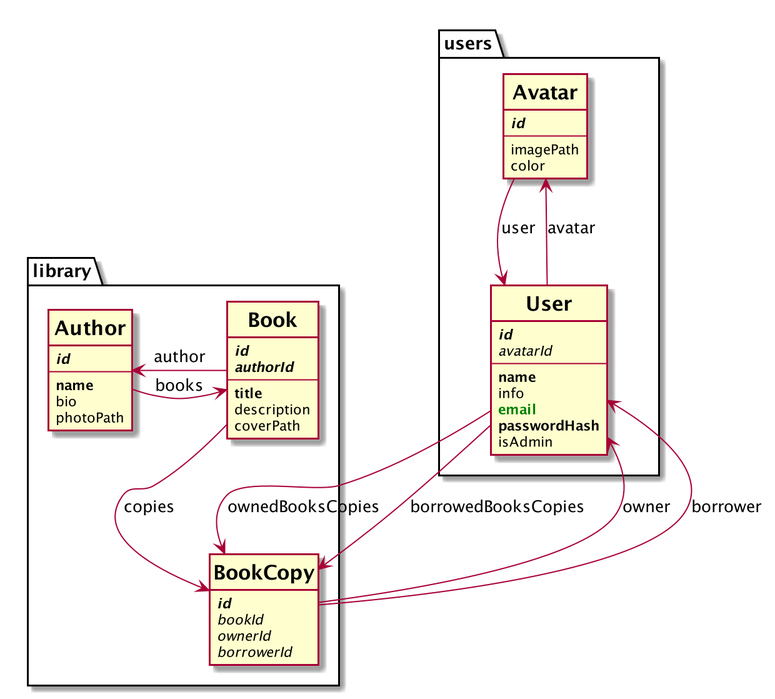
Earlier version of the PlantUML export docs/database.png (lucassus/bookshelf).
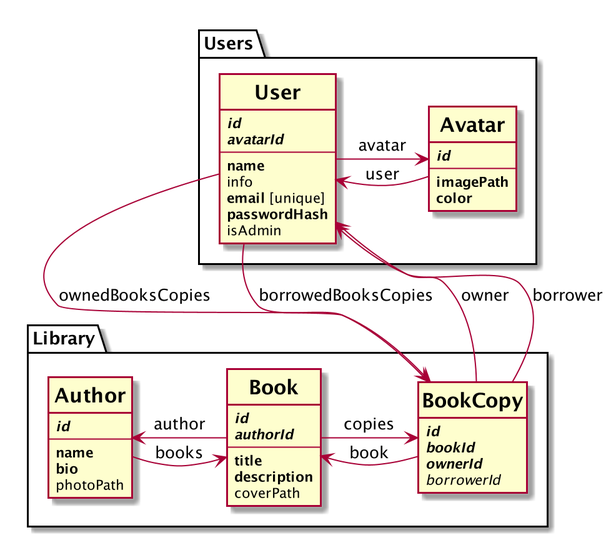
After the change.

Commit message:
Chore: Better db diagram, improve unit test example for login resolver

The edit, as a diff of the source:
```diff
@@ -6,32 +6,32 @@
 hide methods
 hide stereotypes
 
-package users {
+package Users {
   class Avatar << (T,#FFAAAA) >> {
     <b><i>id</i></b>
     --
-    imagePath
-    color
+    <b>imagePath</b>
+    <b>color</b>
   }
 
   class User << (T,#FFAAAA) >> {
     <b><i>id</i></b>
-    <i>avatarId</i>
+    <b><i>avatarId</i></b>
     --
     <b>name</b>
     info
-    <color:green><b>email</b></color>
+    <b>email</b> [unique]
     <b>passwordHash</b>
     isAdmin
   }
 }
 
-package library {
+package Library {
   class Author << (T,#FFAAAA) >> {
     <b><i>id</i></b>
     --
     <b>name</b>
-    bio
+    <b>bio</b>
     photoPath
   }
 
@@ -40,28 +40,29 @@
     <b><i>authorId</i></b>
     --
     <b>title</b>
-    description
+    <b>description</b>
     coverPath
   }
 
   class BookCopy << (T,#FFAAAA) >> {
     <b><i>id</i></b>
-    <i>bookId</i>
-    <i>ownerId</i>
+    <b><i>bookId</i></b>
+    <b><i>ownerId</i></b>
     <i>borrowerId</i>
   }
 }
 
 
 
-User --> Avatar : avatar
-Avatar --> User : user
+User -right-> Avatar : avatar
+Avatar -left-> User : user
 
-Book --> BookCopy : copies
+Book -right-> BookCopy : copies
 User --> BookCopy: ownedBooksCopies
 BookCopy --> User : owner
 User --> BookCopy: borrowedBooksCopies
 BookCopy --> User : borrower
+BookCopy --> Book : book
 
 Book -> Author : author
 Author --> Book : books
```
